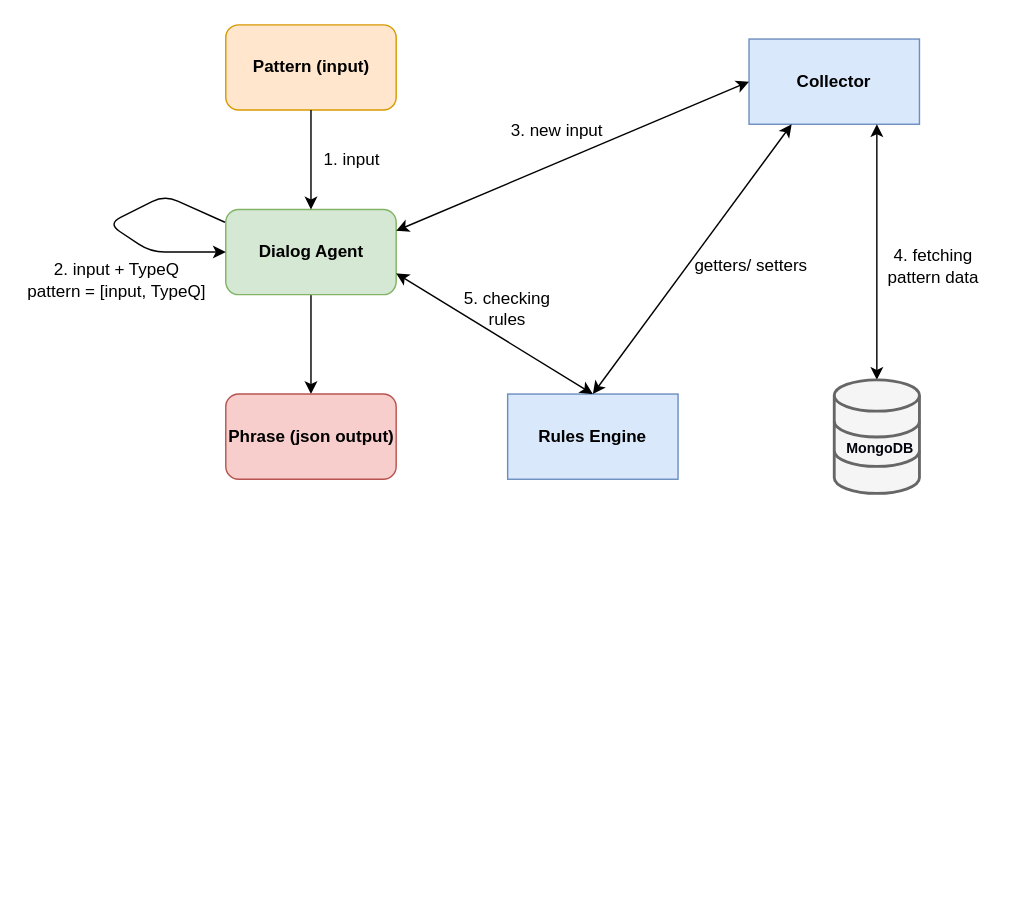
Earlier version of the draw.io diagram Report/images/dialog_manager_arch.drawio (diisnc/Dialog_Agent_1819). Source tidied: cells renumbered, new cells numbered last; positions are measured from the earlier drawing's top-left corner, leaving out a move shared by most shapes. Both pictures are drawn from the tidied source at 142%, with x=0, y=0 at pixel (24, 24).
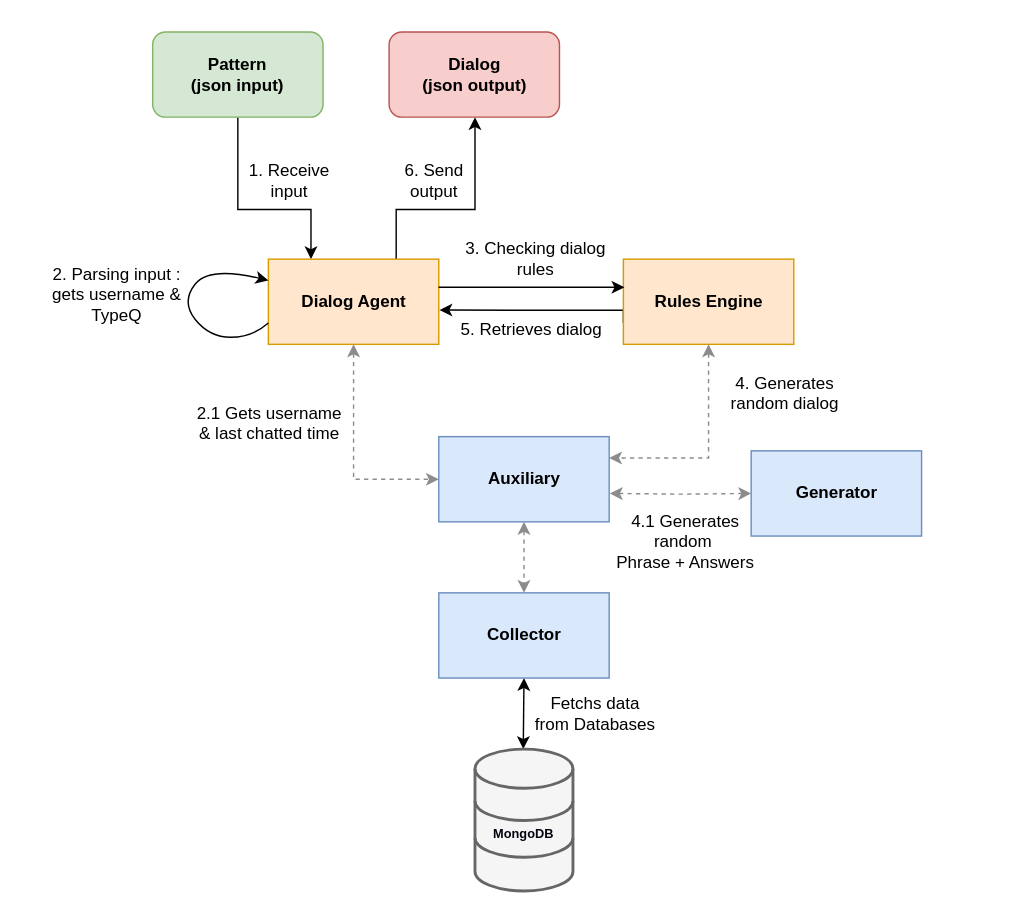
The same diagram, later.

Commit message (it also covers changes not shown here):
Dialog manager architecture Update

The edit, as a diff of the source:
```diff
@@
+    <mxCell id="7" style="edgeStyle=orthogonalEdgeStyle;rounded=0;jettySize=auto;html=1;exitX=0.5;exitY=1;exitDx=0;exitDy=0;entryX=0.25;entryY=0;entryDx=0;entryDy=0;shadow=0;" parent="1" edge="1" source="2" target="4">
+      <mxGeometry relative="1" as="geometry">
+        <Array as="points">
+          <mxPoint x="150" y="130" />
+          <mxPoint x="202" y="130" />
+        </Array>
+      </mxGeometry>
+    </mxCell>
-    <mxCell id="2" value="Pattern (input)" style="rounded=1;whiteSpace=wrap;html=1;fillColor=#ffe6cc;strokeColor=#d79b00;gradientColor=none;shadow=0;strokeWidth=1;fontStyle=1;" parent="1" vertex="1">
-      <mxGeometry x="141.5" width="120" height="60" as="geometry" />
+    <mxCell id="2" value="Pattern &lt;br&gt;(json input)" style="rounded=1;whiteSpace=wrap;html=1;fillColor=#d5e8d4;strokeColor=#82b366;shadow=0;strokeWidth=1;fontStyle=1;comic=0;" parent="1" vertex="1">
+      <mxGeometry x="90" y="5" width="120" height="60" as="geometry" />
     </mxCell>
-    <mxCell id="3" style="edgeStyle=orthogonalEdgeStyle;rounded=0;jettySize=auto;html=1;exitX=0.5;exitY=1;exitDx=0;exitDy=0;" parent="1" edge="1" source="4" target="19">
-      <mxGeometry relative="1" as="geometry" />
+    <mxCell id="3" style="edgeStyle=orthogonalEdgeStyle;rounded=0;jettySize=auto;html=1;exitX=0.75;exitY=0;exitDx=0;exitDy=0;shadow=0;" parent="1" edge="1" source="4" target="19">
+      <mxGeometry relative="1" as="geometry">
+        <Array as="points">
+          <mxPoint x="262" y="130" />
+          <mxPoint x="317" y="130" />
+        </Array>
+      </mxGeometry>
     </mxCell>
+    <mxCell id="9" style="edgeStyle=orthogonalEdgeStyle;rounded=0;jettySize=auto;html=1;exitX=0.5;exitY=1;exitDx=0;exitDy=0;entryX=0;entryY=0.5;entryDx=0;entryDy=0;shadow=0;startArrow=classic;startFill=1;jumpStyle=none;jumpSize=12;dashed=1;fillColor=#f5f5f5;strokeColor=#8C8C8C;gradientColor=#b3b3b3;" parent="1" edge="1" source="4" target="6">
+      <mxGeometry relative="1" as="geometry" />
+    </mxCell>
-    <mxCell id="4" value="Dialog Agent" style="rounded=1;whiteSpace=wrap;html=1;fillColor=#d5e8d4;strokeColor=#82b366;fontStyle=1;" parent="1" vertex="1">
-      <mxGeometry x="141.5" y="130" width="120" height="60" as="geometry" />
+    <mxCell id="4" value="Dialog Agent" style="rounded=0;whiteSpace=wrap;html=1;fillColor=#ffe6cc;strokeColor=#d79b00;fontStyle=1;glass=0;shadow=0;comic=0;" parent="1" vertex="1">
+      <mxGeometry x="171.5" y="165" width="120" height="60" as="geometry" />
     </mxCell>
+    <mxCell id="11" style="edgeStyle=orthogonalEdgeStyle;rounded=0;jumpStyle=none;jumpSize=12;jettySize=auto;html=1;exitX=0.5;exitY=1;exitDx=0;exitDy=0;entryX=1;entryY=0.25;entryDx=0;entryDy=0;shadow=0;dashed=1;startArrow=classic;startFill=1;strokeColor=#8C8C8C;" parent="1" edge="1" source="5" target="6">
+      <mxGeometry relative="1" as="geometry" />
+    </mxCell>
+    <mxCell id="10" style="edgeStyle=orthogonalEdgeStyle;rounded=0;jumpStyle=none;jumpSize=12;jettySize=auto;html=1;exitX=0;exitY=0.75;exitDx=0;exitDy=0;entryX=1.004;entryY=0.597;entryDx=0;entryDy=0;shadow=0;startArrow=none;startFill=0;endArrow=classic;endFill=1;strokeColor=#000000;entryPerimeter=0;" parent="1" edge="1" source="5" target="4">
+      <mxGeometry relative="1" as="geometry">
+        <Array as="points">
+          <mxPoint x="422" y="201" />
+          <mxPoint x="356" y="201" />
+        </Array>
+      </mxGeometry>
+    </mxCell>
-    <mxCell id="5" value="Rules Engine" style="rounded=0;whiteSpace=wrap;html=1;shadow=0;strokeWidth=1;fontStyle=1;fillColor=#dae8fc;strokeColor=#6c8ebf;" parent="1" vertex="1">
-      <mxGeometry x="340" y="260" width="120" height="60" as="geometry" />
+    <mxCell id="5" value="Rules Engine" style="rounded=0;whiteSpace=wrap;html=1;shadow=0;strokeWidth=1;fontStyle=1;fillColor=#ffe6cc;strokeColor=#d79b00;" parent="1" vertex="1">
+      <mxGeometry x="421.5" y="165" width="120" height="60" as="geometry" />
     </mxCell>
+    <mxCell id="22" style="edgeStyle=orthogonalEdgeStyle;rounded=0;jumpStyle=none;jumpSize=12;jettySize=auto;html=1;exitX=0.5;exitY=1;exitDx=0;exitDy=0;entryX=0.5;entryY=0;entryDx=0;entryDy=0;shadow=0;dashed=1;startArrow=classic;startFill=1;strokeColor=#8C8C8C;" parent="1" edge="1" source="6" target="26">
+      <mxGeometry relative="1" as="geometry" />
+    </mxCell>
+    <mxCell id="23" style="edgeStyle=orthogonalEdgeStyle;rounded=0;jumpStyle=none;jumpSize=12;jettySize=auto;html=1;shadow=0;dashed=1;startArrow=classic;startFill=1;strokeColor=#8C8C8C;" parent="1" edge="1" target="27">
+      <mxGeometry relative="1" as="geometry">
+        <mxPoint x="412" y="330" as="sourcePoint" />
+      </mxGeometry>
+    </mxCell>
-    <mxCell id="6" value="Collector&lt;br&gt;" style="rounded=0;whiteSpace=wrap;html=1;shadow=0;strokeWidth=1;fillColor=#dae8fc;strokeColor=#6c8ebf;fontStyle=1;" parent="1" vertex="1">
-      <mxGeometry x="510" y="10" width="120" height="60" as="geometry" />
+    <mxCell id="6" value="Auxiliary&lt;br&gt;" style="rounded=0;whiteSpace=wrap;html=1;shadow=0;strokeWidth=1;fontStyle=1;fillColor=#dae8fc;strokeColor=#6c8ebf;" parent="1" vertex="1">
+      <mxGeometry x="291.5" y="290" width="120" height="60" as="geometry" />
     </mxCell>
-    <mxCell id="7" style="endArrow=classic;html=1;exitX=0.5;exitY=1;exitDx=0;exitDy=0;entryX=0.5;entryY=0;entryDx=0;entryDy=0;" parent="1" edge="1" source="2" target="4">
-      <mxGeometry relative="1" as="geometry" />
-    </mxCell>
-    <mxCell id="8" style="endArrow=classic;startArrow=classic;html=1;exitX=0.75;exitY=1;exitDx=0;exitDy=0;" parent="1" edge="1" source="6">
+    <mxCell id="8" style="endArrow=classic;startArrow=classic;html=1;exitX=0.5;exitY=1;exitDx=0;exitDy=0;shadow=0;" parent="1" edge="1" source="26">
       <mxGeometry relative="1" as="geometry">
-        <mxPoint x="600" y="250" as="targetPoint" />
+        <mxPoint x="351" y="510" as="targetPoint" />
       </mxGeometry>
     </mxCell>
-    <mxCell id="9" style="endArrow=classic;startArrow=classic;html=1;entryX=0;entryY=0.5;entryDx=0;entryDy=0;exitX=1;exitY=0.25;exitDx=0;exitDy=0;" parent="1" edge="1" source="4" target="6">
-      <mxGeometry relative="1" as="geometry" />
-    </mxCell>
-    <mxCell id="10" style="endArrow=classic;startArrow=classic;html=1;entryX=1;entryY=0.75;entryDx=0;entryDy=0;exitX=0.5;exitY=0;exitDx=0;exitDy=0;" parent="1" edge="1" source="5" target="4">
-      <mxGeometry relative="1" as="geometry" />
-    </mxCell>
-    <mxCell id="11" style="endArrow=classic;startArrow=classic;html=1;exitX=0.5;exitY=0;exitDx=0;exitDy=0;entryX=0.25;entryY=1;entryDx=0;entryDy=0;" parent="1" edge="1" source="5" target="6">
-      <mxGeometry relative="1" as="geometry" />
-    </mxCell>
-    <mxCell id="12" value="1. input&lt;br&gt;" style="text;html=1;strokeColor=none;fillColor=none;align=center;verticalAlign=middle;whiteSpace=wrap;rounded=0;shadow=0;" parent="1" vertex="1">
-      <mxGeometry x="201.5" y="85" width="57" height="20" as="geometry" />
+    <mxCell id="12" value="1. Receive input&lt;br&gt;" style="text;html=1;strokeColor=none;fillColor=none;align=center;verticalAlign=middle;whiteSpace=wrap;rounded=0;shadow=0;" parent="1" vertex="1">
+      <mxGeometry x="153" y="100" width="67" height="20" as="geometry" />
     </mxCell>
-    <mxCell id="13" style="endArrow=classic;html=1;entryX=0;entryY=0.5;entryDx=0;entryDy=0;exitX=-0.005;exitY=0.15;exitDx=0;exitDy=0;exitPerimeter=0;" parent="1" edge="1" source="4" target="4">
-      <mxGeometry relative="1" as="geometry">
-        <Array as="points">
-          <mxPoint x="98.5" y="120" />
-          <mxPoint x="58.5" y="140" />
-          <mxPoint x="88.5" y="160" />
-        </Array>
-      </mxGeometry>
-    </mxCell>
-    <mxCell id="14" value="2. input + TypeQ&lt;br&gt;pattern = [input, TypeQ]&lt;br&gt;" style="text;html=1;strokeColor=none;fillColor=none;align=center;verticalAlign=middle;whiteSpace=wrap;rounded=0;shadow=0;" parent="1" vertex="1">
-      <mxGeometry y="170" width="130" height="20" as="geometry" />
+    <mxCell id="14" value="2. Parsing input :&lt;br&gt;gets username &amp;amp; TypeQ&lt;br&gt;" style="text;html=1;strokeColor=none;fillColor=none;align=center;verticalAlign=middle;whiteSpace=wrap;rounded=0;shadow=0;" parent="1" vertex="1">
+      <mxGeometry y="180" width="130" height="20" as="geometry" />
     </mxCell>
-    <mxCell id="15" value="3. new input" style="text;html=1;strokeColor=none;fillColor=none;align=center;verticalAlign=middle;whiteSpace=wrap;rounded=0;shadow=0;" parent="1" vertex="1">
-      <mxGeometry x="325" y="65" width="100" height="20" as="geometry" />
-    </mxCell>
-    <mxCell id="16" value="4. fetching pattern data" style="text;html=1;strokeColor=none;fillColor=none;align=center;verticalAlign=middle;whiteSpace=wrap;rounded=0;shadow=0;" parent="1" vertex="1">
-      <mxGeometry x="595" y="160" width="90" height="20" as="geometry" />
+    <mxCell id="16" value="Fetchs data&lt;br&gt;from Databases&lt;br&gt;" style="text;html=1;strokeColor=none;fillColor=none;align=center;verticalAlign=middle;whiteSpace=wrap;rounded=0;shadow=0;" parent="1" vertex="1">
+      <mxGeometry x="356.5" y="475" width="90" height="20" as="geometry" />
     </mxCell>
-    <mxCell id="17" value="5. checking rules" style="text;html=1;strokeColor=none;fillColor=none;align=center;verticalAlign=middle;whiteSpace=wrap;rounded=0;shadow=0;" parent="1" vertex="1">
-      <mxGeometry x="305" y="190" width="70" height="20" as="geometry" />
+    <mxCell id="17" value="3. Checking dialog&lt;br&gt;rules" style="text;html=1;strokeColor=none;fillColor=none;align=center;verticalAlign=middle;whiteSpace=wrap;rounded=0;shadow=0;" parent="1" vertex="1">
+      <mxGeometry x="297.5" y="155" width="124" height="20" as="geometry" />
     </mxCell>
-    <mxCell id="18" value="getters/ setters" style="text;html=1;align=left;verticalAlign=top;spacingTop=-4;" parent="1" vertex="1">
-      <mxGeometry x="470" y="160" width="90" height="20" as="geometry" />
-    </mxCell>
-    <mxCell id="19" value="Phrase (json output)" style="rounded=1;whiteSpace=wrap;html=1;fillColor=#f8cecc;strokeColor=#b85450;shadow=0;strokeWidth=1;fontStyle=1;" parent="1" vertex="1">
-      <mxGeometry x="141.5" y="260" width="120" height="60" as="geometry" />
+    <mxCell id="19" value="Dialog&lt;br&gt;(json output)" style="rounded=1;whiteSpace=wrap;html=1;fillColor=#f8cecc;strokeColor=#b85450;shadow=0;strokeWidth=1;fontStyle=1;comic=0;" parent="1" vertex="1">
+      <mxGeometry x="256.5" y="5" width="120" height="60" as="geometry" />
     </mxCell>
     <mxCell id="20" style="html=1;verticalLabelPosition=bottom;align=center;labelBackgroundColor=#ffffff;verticalAlign=top;strokeWidth=2;strokeColor=#666666;fillColor=#f5f5f5;shadow=0;dashed=0;shape=mxgraph.ios7.icons.data;fontColor=#333333;" parent="1" vertex="1">
-      <mxGeometry x="570" y="250" width="60" height="80" as="geometry" />
+      <mxGeometry x="317" y="510" width="69" height="100" as="geometry" />
     </mxCell>
-    <mxCell id="21" value="MongoDB" style="text;html=1;align=center;verticalAlign=middle;whiteSpace=wrap;rounded=0;fontStyle=1;fontColor=#01030D;fontSize=10;" parent="1" vertex="1">
-      <mxGeometry x="585" y="290" width="35" height="15" as="geometry" />
+    <mxCell id="21" value="MongoDB" style="text;html=1;align=center;verticalAlign=middle;whiteSpace=wrap;rounded=0;fontStyle=1;fontColor=#01030D;fontSize=9;shadow=0;" parent="1" vertex="1">
+      <mxGeometry x="334" y="562.5" width="35" height="15" as="geometry" />
     </mxCell>
+    <mxCell id="24" value="6. Send output&lt;br&gt;" style="text;html=1;strokeColor=none;fillColor=none;align=center;verticalAlign=middle;whiteSpace=wrap;rounded=0;shadow=0;" parent="1" vertex="1">
+      <mxGeometry x="259.5" y="100" width="57" height="20" as="geometry" />
+    </mxCell>
+    <mxCell id="25" value="2.1 Gets username &lt;br&gt;&amp;amp; last chatted time" style="text;html=1;align=center;verticalAlign=top;spacingTop=-4;" parent="1" vertex="1">
+      <mxGeometry x="111.5" y="264" width="120" height="30" as="geometry" />
+    </mxCell>
+    <mxCell id="13" style="curved=1;endArrow=classic;html=1;shadow=0;exitX=0;exitY=0.75;exitDx=0;exitDy=0;entryX=0;entryY=0.25;entryDx=0;entryDy=0;" parent="1" edge="1" source="4" target="4">
+      <mxGeometry relative="1" as="geometry">
+        <Array as="points">
+          <mxPoint x="160" y="220" />
+          <mxPoint x="130" y="220" />
+          <mxPoint x="110" y="195" />
+          <mxPoint x="130" y="170" />
+        </Array>
+      </mxGeometry>
+    </mxCell>
+    <mxCell id="26" value="Collector&lt;br&gt;" style="rounded=0;whiteSpace=wrap;html=1;shadow=0;strokeWidth=1;fillColor=#dae8fc;strokeColor=#6c8ebf;fontStyle=1;" parent="1" vertex="1">
+      <mxGeometry x="291.5" y="400" width="120" height="60" as="geometry" />
+    </mxCell>
+    <mxCell id="27" value="Generator&lt;br&gt;" style="rounded=0;whiteSpace=wrap;html=1;shadow=0;strokeWidth=1;fillColor=#dae8fc;strokeColor=#6c8ebf;fontStyle=1;" parent="1" vertex="1">
+      <mxGeometry x="511.5" y="300" width="120" height="60" as="geometry" />
+    </mxCell>
+    <mxCell id="28" value="4. Generates&lt;br&gt;random dialog&lt;br&gt;" style="text;html=1;align=center;verticalAlign=top;spacingTop=-4;" parent="1" vertex="1">
+      <mxGeometry x="490" y="242.5" width="90" height="30" as="geometry" />
+    </mxCell>
+    <mxCell id="29" value="4.1 Generates&lt;br&gt;random&amp;nbsp;&lt;br&gt;&lt;span&gt;Phrase + Answers&lt;/span&gt;&lt;br&gt;" style="text;html=1;align=center;verticalAlign=top;spacingTop=-4;" parent="1" vertex="1">
+      <mxGeometry x="410" y="340" width="110" height="40" as="geometry" />
+    </mxCell>
+    <mxCell id="30" style="endArrow=classic;html=1;shadow=0;strokeColor=#000000;exitX=0.999;exitY=0.33;exitDx=0;exitDy=0;entryX=0.006;entryY=0.33;entryDx=0;entryDy=0;exitPerimeter=0;entryPerimeter=0;" parent="1" edge="1" source="4" target="5">
+      <mxGeometry relative="1" as="geometry" />
+    </mxCell>
+    <mxCell id="31" value="5. Retrieves dialog" style="text;html=1;strokeColor=none;fillColor=none;align=center;verticalAlign=middle;whiteSpace=wrap;rounded=0;shadow=0;" parent="1" vertex="1">
+      <mxGeometry x="294.5" y="205" width="124" height="20" as="geometry" />
+    </mxCell>
```
